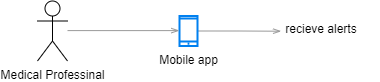
Above: images/actor-mobile-app.drawio.png in formalizator/Ctrl-Arch-Elite (draw.io), before the change. Source tidied: cells renumbered, new cells last; positions are measured from the earlier drawing's top-left corner, leaving out a move shared by most shapes. Source of this version:
```xml
<mxGraphModel>
  <root>
    <mxCell id="0" />
    <mxCell id="1" parent="0" />
    <mxCell id="2" value="Medical Professinal" style="shape=umlActor;verticalLabelPosition=bottom;verticalAlign=top;html=1;" parent="1" vertex="1">
      <mxGeometry y="-0.5" width="30" height="60" as="geometry" />
    </mxCell>
    <mxCell id="3" value="&amp;nbsp;recieve alerts" style="text;html=1;align=left;verticalAlign=middle;points=[];strokeColor=none;fillColor=none;" parent="1" vertex="1">
      <mxGeometry x="243" y="12.5" width="100" height="30" as="geometry" />
    </mxCell>
    <mxCell id="4" style="edgeStyle=orthogonalEdgeStyle;rounded=0;jettySize=auto;html=1;strokeColor=#999999;endArrow=openThin;endFill=0;entryX=0.006;entryY=0.574;entryDx=0;entryDy=0;entryPerimeter=0;" parent="1" edge="1" source="5" target="3">
      <mxGeometry relative="1" as="geometry" />
    </mxCell>
    <mxCell id="5" value="Mobile app" style="html=1;verticalLabelPosition=bottom;align=center;labelBackgroundColor=#ffffff;verticalAlign=top;strokeWidth=2;strokeColor=#0080F0;shadow=0;dashed=0;shape=mxgraph.ios7.icons.smartphone;" parent="1" vertex="1">
      <mxGeometry x="142" y="14.5" width="18" height="30" as="geometry" />
    </mxCell>
    <mxCell id="6" style="edgeStyle=orthogonalEdgeStyle;rounded=0;jettySize=auto;html=1;strokeColor=#999999;endArrow=openThin;endFill=0;entryX=-0.013;entryY=0.487;entryDx=0;entryDy=0;entryPerimeter=0;" parent="1" edge="1" target="5">
      <mxGeometry relative="1" as="geometry">
        <mxPoint x="30" y="29" as="sourcePoint" />
        <Array as="points">
          <mxPoint x="142" y="30" />
        </Array>
      </mxGeometry>
    </mxCell>
  </root>
</mxGraphModel>
```
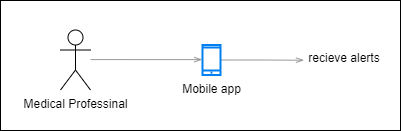
After the change.

The edit, as a diff of the source:
```diff
@@ -2,6 +2,9 @@
   <root>
     <mxCell id="0" />
     <mxCell id="1" parent="0" />
+    <mxCell id="7" style="rounded=0;whiteSpace=wrap;html=1;" parent="1" vertex="1">
+      <mxGeometry x="-60" y="-30" width="400" height="130" as="geometry" />
+    </mxCell>
     <mxCell id="2" value="Medical Professinal" style="shape=umlActor;verticalLabelPosition=bottom;verticalAlign=top;html=1;" parent="1" vertex="1">
       <mxGeometry y="-0.5" width="30" height="60" as="geometry" />
     </mxCell>
```
